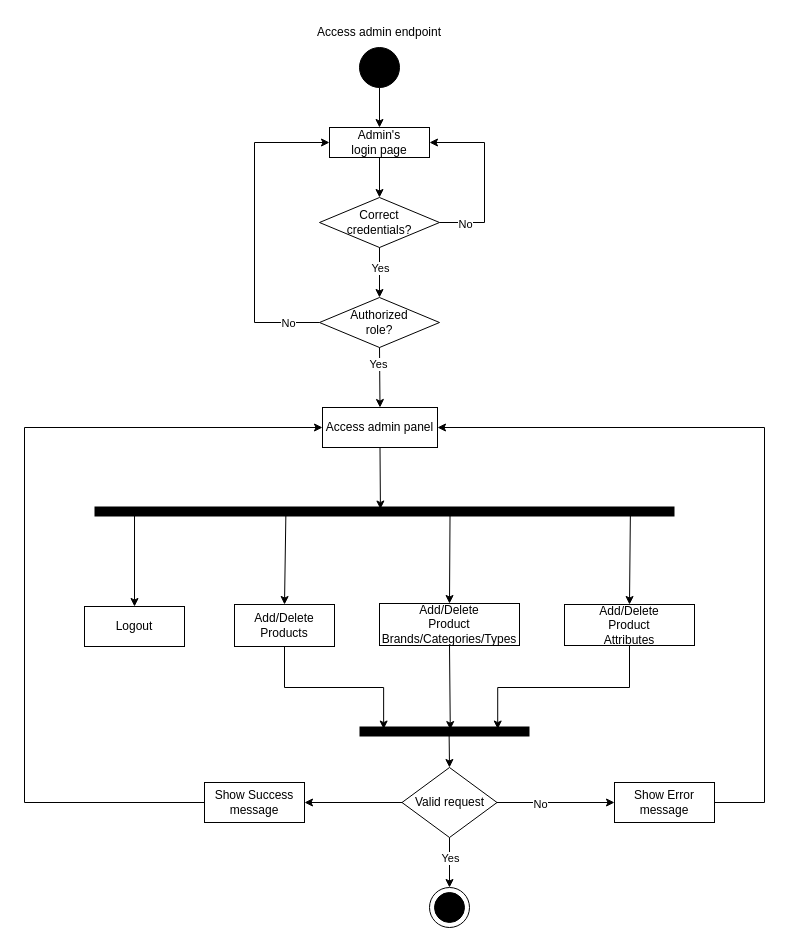
Earlier version of the draw.io diagram Diagrame/activity diagram admin.drawio (sergiusergiu1234/licenta). Source tidied: cells renumbered, new cells numbered last; positions are measured from the earlier drawing's top-left corner, leaving out a move shared by most shapes. Both pictures are drawn from the tidied source at 100%, with x=0, y=0 at pixel (24, 17).
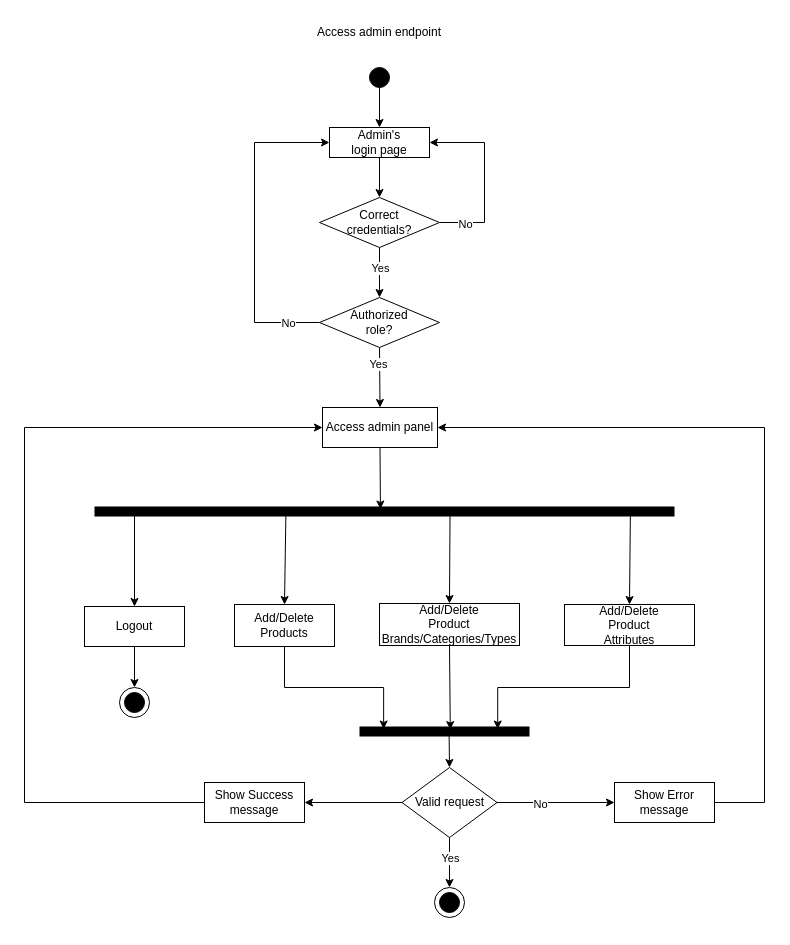
The same diagram, later.

The change refers to these unchanged cells:
```xml
<mxCell id="22" value="Logout" style="rounded=0;whiteSpace=wrap;html=1;fillColor=#FFFFFF;" parent="1" vertex="1">
  <mxGeometry x="60" y="589" width="100" height="40" as="geometry" />
</mxCell>
```

Change to the diagram source:
```diff
@@
     <mxCell id="2" style="ellipse;whiteSpace=wrap;html=1;fillColor=#000000;" parent="1" vertex="1">
-      <mxGeometry x="335" y="30" width="40" height="40" as="geometry" />
+      <mxGeometry x="345" y="50" width="20" height="20" as="geometry" />
     </mxCell>
@@
     <mxCell id="32" style="ellipse;whiteSpace=wrap;html=1;fillColor=#FFFFFF;" parent="1" vertex="1">
-      <mxGeometry x="405" y="870" width="40" height="40" as="geometry" />
+      <mxGeometry x="410" y="870" width="30" height="30" as="geometry" />
     </mxCell>
     <mxCell id="33" style="ellipse;whiteSpace=wrap;html=1;fillColor=#000000;" parent="1" vertex="1">
-      <mxGeometry x="410" y="875" width="30" height="30" as="geometry" />
+      <mxGeometry x="415" y="875" width="20" height="20" as="geometry" />
     </mxCell>
@@
+    <mxCell id="46" style="endArrow=classic;html=1;rounded=0;exitX=0.5;exitY=1;exitDx=0;exitDy=0;entryX=0.5;entryY=0;entryDx=0;entryDy=0;" parent="1" edge="1" source="22" target="47">
+      <mxGeometry relative="1" as="geometry" />
+    </mxCell>
+    <mxCell id="47" style="ellipse;whiteSpace=wrap;html=1;fillColor=#FFFFFF;" parent="1" vertex="1">
+      <mxGeometry x="95" y="670" width="30" height="30" as="geometry" />
+    </mxCell>
+    <mxCell id="48" style="ellipse;whiteSpace=wrap;html=1;fillColor=#000000;" parent="1" vertex="1">
+      <mxGeometry x="100" y="675" width="20" height="20" as="geometry" />
+    </mxCell>
```
